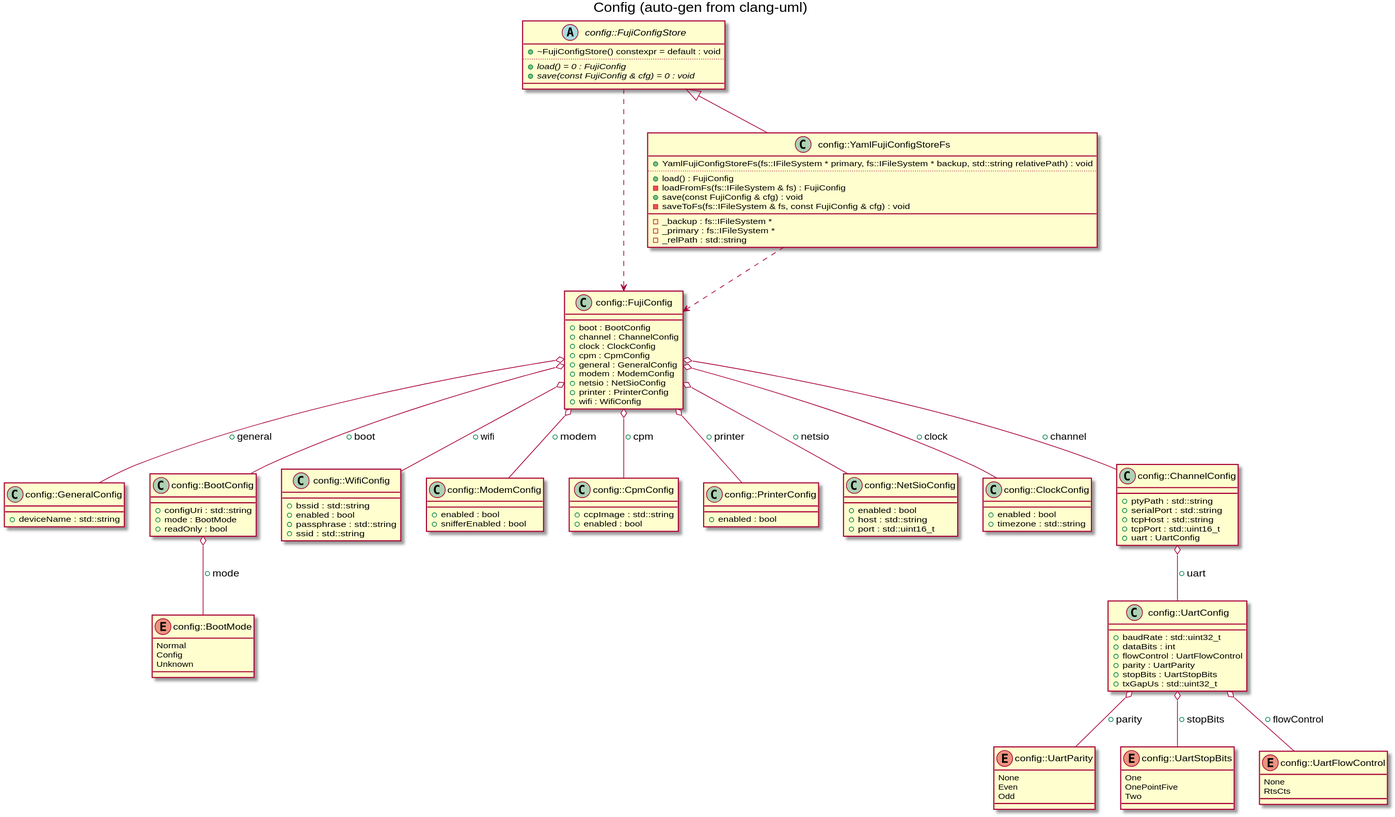
Before: docs/images/gen_config.svg, a diagram exported from PlantUML (markjfisher/fujinet-nio). The source it was exported from:
```plantuml
@startuml
title Config (auto-gen from clang-uml)
enum "config::BootMode" as C_0012427176626669726738
enum C_0012427176626669726738 {
Normal
Config
Unknown
}
class "config::GeneralConfig" as C_0016837659718836839167
class C_0016837659718836839167 {
__
+deviceName : std::string
}
class "config::BootConfig" as C_0007703634119308578859
class C_0007703634119308578859 {
__
+configUri : std::string
+mode : BootMode
+readOnly : bool
}
class "config::WifiConfig" as C_0016905784937528219397
class C_0016905784937528219397 {
__
+bssid : std::string
+enabled : bool
+passphrase : std::string
+ssid : std::string
}
class "config::ModemConfig" as C_0005975997772767504221
class C_0005975997772767504221 {
__
+enabled : bool
+snifferEnabled : bool
}
class "config::CpmConfig" as C_0006472023737076814481
class C_0006472023737076814481 {
__
+ccpImage : std::string
+enabled : bool
}
class "config::PrinterConfig" as C_0011654528465957303447
class C_0011654528465957303447 {
__
+enabled : bool
}
class "config::NetSioConfig" as C_0009654526727956470660
class C_0009654526727956470660 {
__
+enabled : bool
+host : std::string
+port : std::uint16_t
}
class "config::ClockConfig" as C_0014123104778393566609
class C_0014123104778393566609 {
__
+enabled : bool
+timezone : std::string
}
enum "config::UartParity" as C_0011809635346976144757
enum C_0011809635346976144757 {
None
Even
Odd
}
enum "config::UartStopBits" as C_0000352932751041244767
enum C_0000352932751041244767 {
One
OnePointFive
Two
}
enum "config::UartFlowControl" as C_0005231581209463879465
enum C_0005231581209463879465 {
None
RtsCts
}
class "config::UartConfig" as C_0010483269678483040323
class C_0010483269678483040323 {
__
+baudRate : std::uint32_t
+dataBits : int
+flowControl : UartFlowControl
+parity : UartParity
+stopBits : UartStopBits
+txGapUs : std::uint32_t
}
class "config::ChannelConfig" as C_0014601375190208620155
class C_0014601375190208620155 {
__
+ptyPath : std::string
+serialPort : std::string
+tcpHost : std::string
+tcpPort : std::uint16_t
+uart : UartConfig
}
class "config::FujiConfig" as C_0013064010099190715901
class C_0013064010099190715901 {
__
+boot : BootConfig
+channel : ChannelConfig
+clock : ClockConfig
+cpm : CpmConfig
+general : GeneralConfig
+modem : ModemConfig
+netsio : NetSioConfig
+printer : PrinterConfig
+wifi : WifiConfig
}
abstract "config::FujiConfigStore" as C_0010708806357379257038
abstract C_0010708806357379257038 {
+~FujiConfigStore() constexpr = default : void
..
{abstract} +load() = 0 : FujiConfig
{abstract} +save(const FujiConfig & cfg) = 0 : void
__
}
class "config::YamlFujiConfigStoreFs" as C_0004992050062997423308
class C_0004992050062997423308 {
+YamlFujiConfigStoreFs(fs::IFileSystem * primary, fs::IFileSystem * backup, std::string relativePath) : void
..
+load() : FujiConfig
-loadFromFs(fs::IFileSystem & fs) : FujiConfig
+save(const FujiConfig & cfg) : void
-saveToFs(fs::IFileSystem & fs, const FujiConfig & cfg) : void
__
-_backup : fs::IFileSystem *
-_primary : fs::IFileSystem *
-_relPath : std::string
}
C_0007703634119308578859 o-- C_0012427176626669726738 : +mode
C_0010483269678483040323 o-- C_0011809635346976144757 : +parity
C_0010483269678483040323 o-- C_0000352932751041244767 : +stopBits
C_0010483269678483040323 o-- C_0005231581209463879465 : +flowControl
C_0014601375190208620155 o-- C_0010483269678483040323 : +uart
C_0013064010099190715901 o-- C_0016837659718836839167 : +general
C_0013064010099190715901 o-- C_0007703634119308578859 : +boot
C_0013064010099190715901 o-- C_0016905784937528219397 : +wifi
C_0013064010099190715901 o-- C_0005975997772767504221 : +modem
C_0013064010099190715901 o-- C_0006472023737076814481 : +cpm
C_0013064010099190715901 o-- C_0011654528465957303447 : +printer
C_0013064010099190715901 o-- C_0009654526727956470660 : +netsio
C_0013064010099190715901 o-- C_0014123104778393566609 : +clock
C_0013064010099190715901 o-- C_0014601375190208620155 : +channel
C_0010708806357379257038 ..> C_0013064010099190715901
C_0004992050062997423308 ..> C_0013064010099190715901
C_0010708806357379257038 <|-- C_0004992050062997423308

@enduml
```
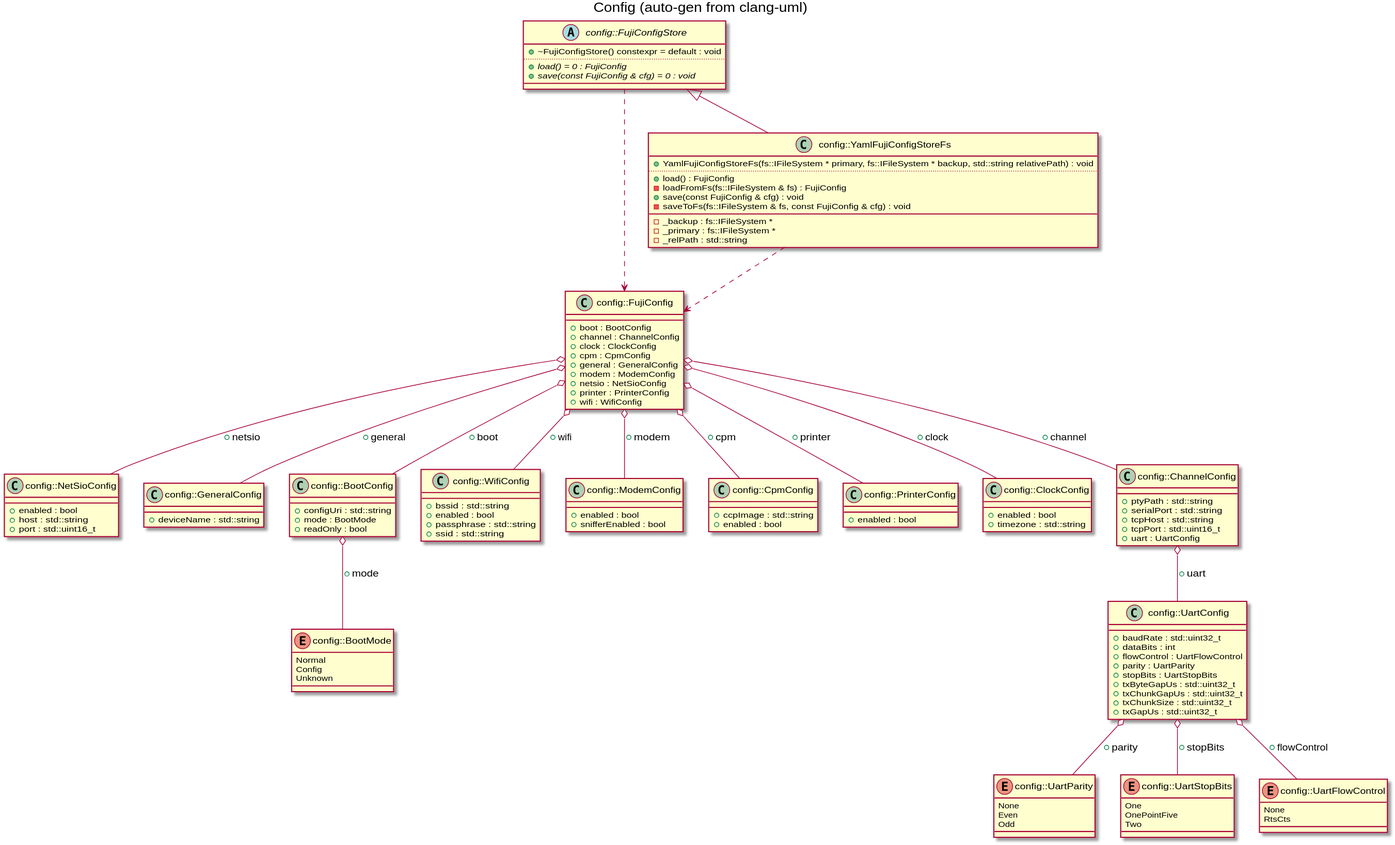
The same file after the commit.

Diff of the diagram source:
```diff
@@ -1,5 +1,12 @@
 @startuml
 title Config (auto-gen from clang-uml)
+class "config::NetSioConfig" as C_0009654526727956470660
+class C_0009654526727956470660 {
+__
++enabled : bool
++host : std::string
++port : std::uint16_t
+}
 enum "config::BootMode" as C_0012427176626669726738
 enum C_0012427176626669726738 {
 Normal
@@ -43,13 +50,6 @@
 __
 +enabled : bool
 }
-class "config::NetSioConfig" as C_0009654526727956470660
-class C_0009654526727956470660 {
-__
-+enabled : bool
-+host : std::string
-+port : std::uint16_t
-}
 class "config::ClockConfig" as C_0014123104778393566609
 class C_0014123104778393566609 {
 __
@@ -81,6 +81,9 @@
 +flowControl : UartFlowControl
 +parity : UartParity
 +stopBits : UartStopBits
++txByteGapUs : std::uint32_t
++txChunkGapUs : std::uint32_t
++txChunkSize : std::uint32_t
 +txGapUs : std::uint32_t
 }
 class "config::ChannelConfig" as C_0014601375190208620155
```
